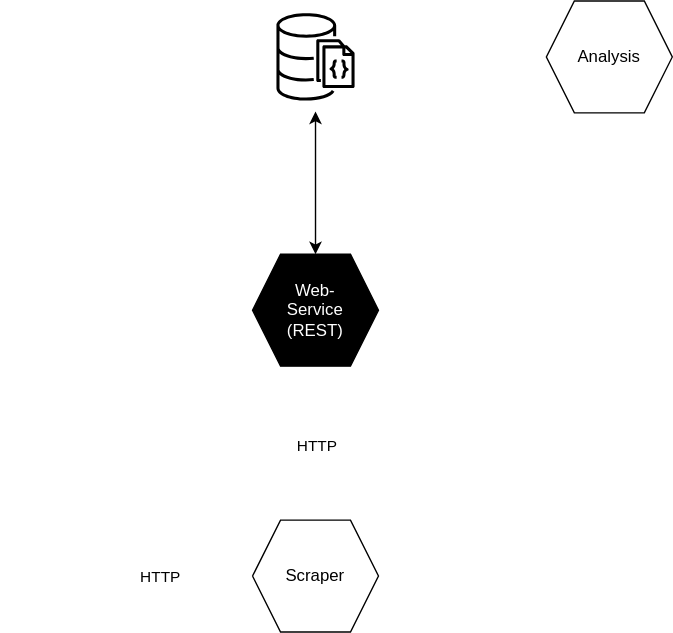
The draw.io diagram BIGD_architecture.drawio.svg in Daezu/diagrams, before a commit. Source tidied: cells renumbered, new cells last; positions are measured from the earlier drawing's top-left corner, leaving out a move shared by most shapes.
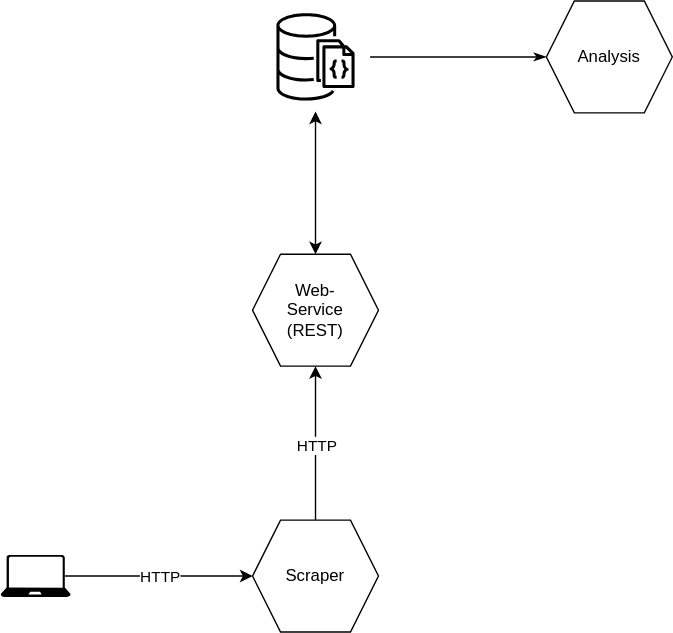
The same file after the commit.

Diff of the diagram source:
```diff
@@ -2,7 +2,7 @@
   <root>
     <mxCell id="0" />
     <mxCell id="1" parent="0" />
-    <mxCell id="2" style="edgeStyle=orthogonalEdgeStyle;rounded=0;jettySize=auto;html=1;entryX=0.5;entryY=1;entryDx=0;entryDy=0;labelBackgroundColor=none;strokeColor=#FFFFFF;" parent="1" edge="1" source="4" target="6">
+    <mxCell id="2" style="edgeStyle=orthogonalEdgeStyle;rounded=0;jettySize=auto;html=1;entryX=0.5;entryY=1;entryDx=0;entryDy=0;labelBackgroundColor=none;strokeColor=#000000;" parent="1" edge="1" source="4" target="6">
       <mxGeometry relative="1" as="geometry" />
     </mxCell>
     <mxCell id="3" value="HTTP" style="edgeLabel;html=1;align=center;verticalAlign=middle;labelBackgroundColor=default;" parent="2" vertex="1">
@@ -16,19 +16,19 @@
     <mxCell id="5" style="edgeStyle=orthogonalEdgeStyle;rounded=0;jettySize=auto;html=1;startArrow=classic;startFill=1;strokeColor=#000000;entryX=0.5;entryY=1;entryDx=0;entryDy=0;entryPerimeter=0;" parent="1" edge="1" source="6" target="12">
       <mxGeometry relative="1" as="geometry" />
     </mxCell>
-    <mxCell id="6" value="&lt;div&gt;Web-&lt;/div&gt;&lt;div&gt;Service&lt;/div&gt;(REST)" style="shape=hexagon;perimeter=hexagonPerimeter2;whiteSpace=wrap;html=1;fixedSize=1;size=20;fillColor=#000000;strokeColor=#000000;fontColor=#FFFFFF;" parent="1" vertex="1">
+    <mxCell id="6" value="&lt;div&gt;Web-&lt;/div&gt;&lt;div&gt;Service&lt;/div&gt;(REST)" style="shape=hexagon;perimeter=hexagonPerimeter2;whiteSpace=wrap;html=1;fixedSize=1;size=20;fillColor=#FFFFFF;strokeColor=#000000;fontColor=#000000;" parent="1" vertex="1">
       <mxGeometry x="180" y="181" width="90" height="80" as="geometry" />
     </mxCell>
-    <mxCell id="7" style="edgeStyle=orthogonalEdgeStyle;rounded=0;jettySize=auto;html=1;entryX=1;entryY=0.5;entryDx=0;entryDy=0;entryPerimeter=0;exitX=0;exitY=0.5;exitDx=0;exitDy=0;strokeColor=#FFFFFF;startArrow=classicThin;startFill=1;endArrow=none;endFill=0;" parent="1" edge="1" source="8" target="12">
+    <mxCell id="7" style="edgeStyle=orthogonalEdgeStyle;rounded=0;jettySize=auto;html=1;entryX=1;entryY=0.5;entryDx=0;entryDy=0;entryPerimeter=0;exitX=0;exitY=0.5;exitDx=0;exitDy=0;strokeColor=#000000;startArrow=classicThin;startFill=1;endArrow=none;endFill=0;" parent="1" edge="1" source="8" target="12">
       <mxGeometry relative="1" as="geometry" />
     </mxCell>
     <mxCell id="8" value="Analysis" style="shape=hexagon;perimeter=hexagonPerimeter2;whiteSpace=wrap;html=1;fixedSize=1;size=20;" parent="1" vertex="1">
       <mxGeometry x="390" width="90" height="80" as="geometry" />
     </mxCell>
-    <mxCell id="9" style="sketch=0;shadow=0;dashed=0;html=1;strokeColor=none;labelPosition=center;verticalLabelPosition=bottom;verticalAlign=top;align=center;fillColor=#FFFFFF;shape=mxgraph.azure.laptop;" parent="1" vertex="1">
+    <mxCell id="9" style="sketch=0;shadow=0;dashed=0;html=1;strokeColor=none;labelPosition=center;verticalLabelPosition=bottom;verticalAlign=top;align=center;fillColor=#000000;shape=mxgraph.azure.laptop;" parent="1" vertex="1">
       <mxGeometry y="396" width="50" height="30" as="geometry" />
     </mxCell>
-    <mxCell id="10" style="edgeStyle=orthogonalEdgeStyle;rounded=0;jettySize=auto;html=1;entryX=0;entryY=0.5;entryDx=0;entryDy=0;strokeColor=#FFFFFF;exitX=0.92;exitY=0.5;exitDx=0;exitDy=0;exitPerimeter=0;" parent="1" edge="1" source="9" target="4">
+    <mxCell id="10" style="edgeStyle=orthogonalEdgeStyle;rounded=0;jettySize=auto;html=1;entryX=0;entryY=0.5;entryDx=0;entryDy=0;strokeColor=#000000;exitX=0.92;exitY=0.5;exitDx=0;exitDy=0;exitPerimeter=0;" parent="1" edge="1" source="9" target="4">
       <mxGeometry relative="1" as="geometry">
         <Array as="points">
           <mxPoint x="120" y="411" />
```
